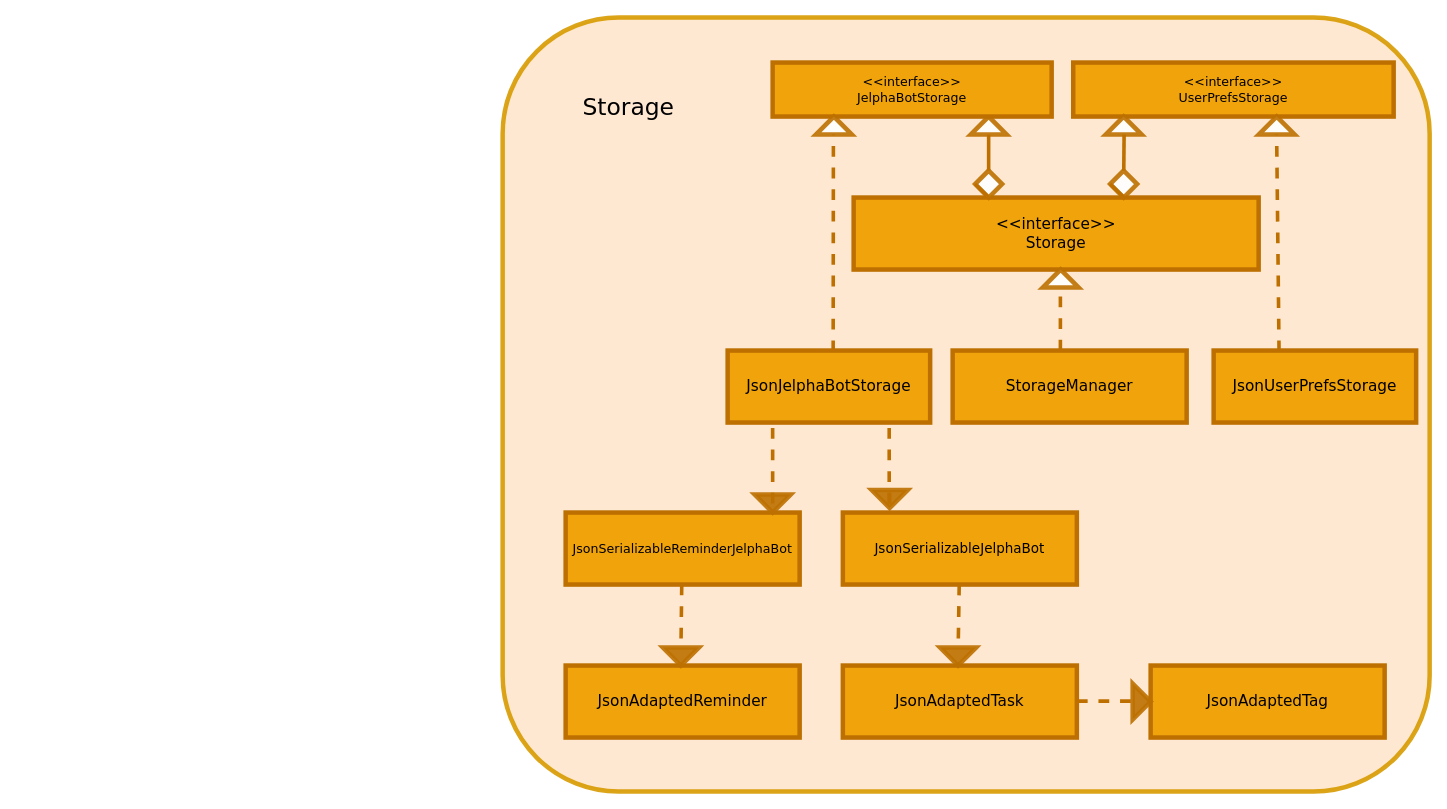
The draw.io diagram docs/diagrams/Storage.drawio in yapdianhao/main, before the edit. Source tidied: cells renumbered, new cells numbered last; positions are measured from the earlier drawing's top-left corner, leaving out a move shared by most shapes. Both pictures are drawn from the tidied source at 90%, with x=0, y=0 at pixel (502, 17).
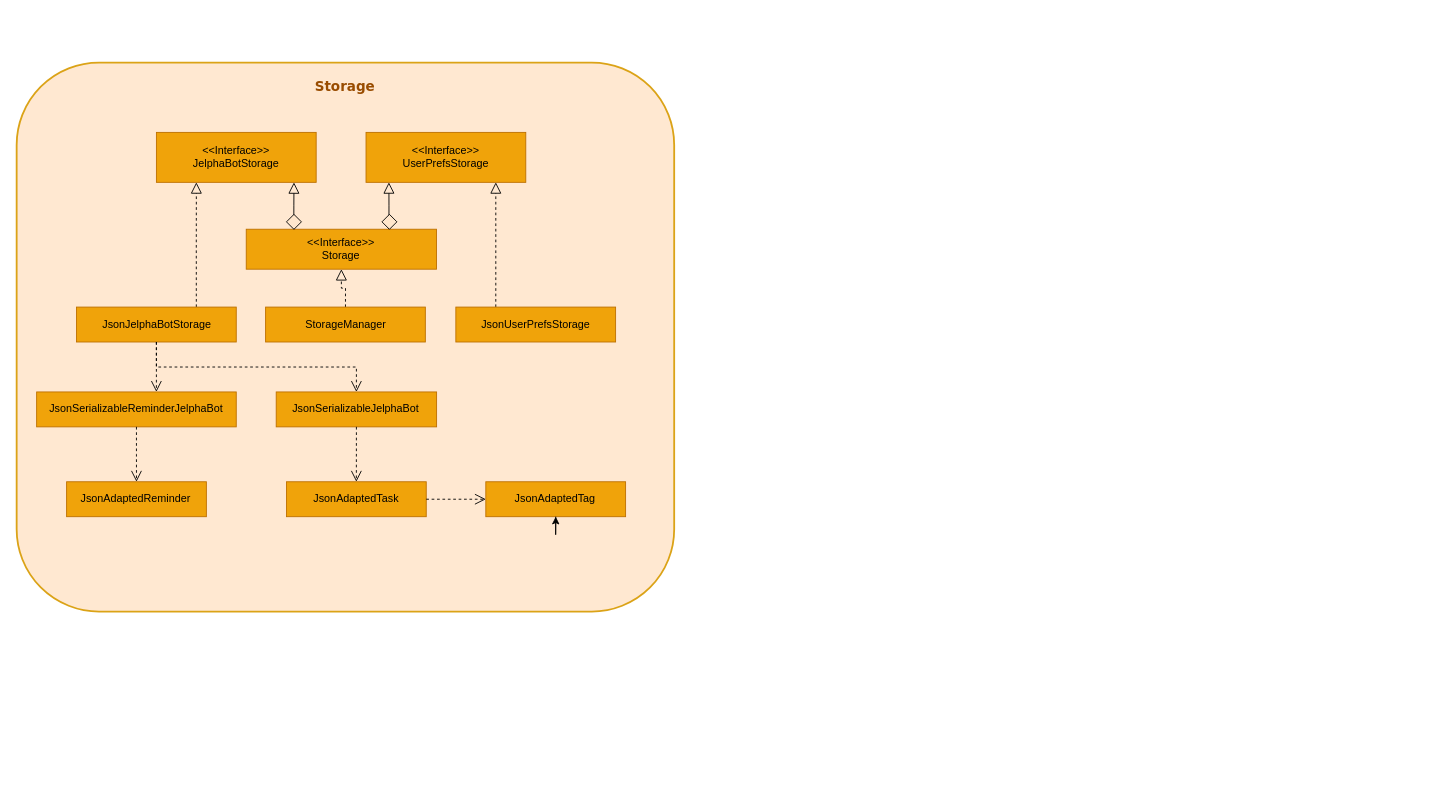
The same page after the edit.

Diff of the diagram source:
```diff
@@
-    <mxCell id="2" style="rounded=1;whiteSpace=wrap;html=1;strokeColor=#d79b00;strokeWidth=5;fillColor=#ffe6cc;opacity=90;" parent="1" vertex="1">
-      <mxGeometry width="1030" height="860" as="geometry" />
-    </mxCell>
-    <mxCell id="3" value="&lt;font style=&quot;font-size: 14px&quot;&gt;&lt;font face=&quot;Verdana&quot;&gt;&lt;font style=&quot;font-size: 14px&quot; color=&quot;#000000&quot;&gt;&amp;lt;&amp;lt;interface&amp;gt;&amp;gt;&lt;br&gt;&lt;/font&gt;&lt;font color=&quot;#000000&quot;&gt;UserPrefsStorage&lt;/font&gt;&lt;/font&gt;&lt;br&gt;&lt;/font&gt;" style="rounded=0;whiteSpace=wrap;html=1;strokeWidth=5;fillColor=#f0a30a;strokeColor=#BD7000;fontColor=#ffffff;" parent="1" vertex="1">
-      <mxGeometry x="634" y="50" width="356" height="60" as="geometry" />
-    </mxCell>
-    <mxCell id="4" style="triangle;whiteSpace=wrap;html=1;strokeWidth=5;opacity=90;rotation=-90;strokeColor=#BD7000;" parent="1" vertex="1">
-      <mxGeometry x="530" y="100" width="20" height="40" as="geometry" />
-    </mxCell>
-    <mxCell id="5" value="&lt;font style=&quot;font-size: 14px&quot;&gt;&lt;font face=&quot;Verdana&quot; style=&quot;font-size: 14px&quot; color=&quot;#000000&quot;&gt;&amp;lt;&amp;lt;interface&amp;gt;&amp;gt;&lt;br&gt;JelphaBotStorage&lt;/font&gt;&lt;br&gt;&lt;/font&gt;" style="rounded=0;whiteSpace=wrap;html=1;strokeWidth=5;fillColor=#f0a30a;strokeColor=#BD7000;fontColor=#ffffff;" parent="1" vertex="1">
-      <mxGeometry x="300" y="50" width="310" height="60" as="geometry" />
-    </mxCell>
-    <mxCell id="6" style="triangle;whiteSpace=wrap;html=1;strokeWidth=5;opacity=90;rotation=-90;strokeColor=#BD7000;" parent="1" vertex="1">
-      <mxGeometry x="680" y="100" width="20" height="40" as="geometry" />
-    </mxCell>
-    <mxCell id="7" style="endArrow=none;html=1;strokeWidth=4;entryX=0;entryY=0.5;entryDx=0;entryDy=0;strokeColor=#BD7000;" parent="1" edge="1" source="24" target="4">
-      <mxGeometry relative="1" as="geometry" />
-    </mxCell>
-    <mxCell id="8" style="endArrow=none;html=1;strokeWidth=4;entryX=0;entryY=0.5;entryDx=0;entryDy=0;strokeColor=#BD7000;" parent="1" edge="1" source="26">
-      <mxGeometry relative="1" as="geometry">
-        <mxPoint x="690.5" y="130" as="targetPoint" />
-      </mxGeometry>
-    </mxCell>
-    <mxCell id="9" value="&lt;font style=&quot;font-size: 17px&quot;&gt;&lt;font face=&quot;Verdana&quot; style=&quot;font-size: 17px&quot; color=&quot;#000000&quot;&gt;&amp;lt;&amp;lt;interface&amp;gt;&amp;gt;&lt;br&gt;Storage&lt;/font&gt;&lt;br&gt;&lt;/font&gt;" style="rounded=0;whiteSpace=wrap;html=1;strokeWidth=5;fillColor=#f0a30a;strokeColor=#BD7000;fontColor=#ffffff;" parent="1" vertex="1">
-      <mxGeometry x="390" y="200" width="450" height="80" as="geometry" />
-    </mxCell>
-    <mxCell id="10" style="triangle;whiteSpace=wrap;html=1;strokeWidth=5;opacity=90;rotation=-90;strokeColor=#BD7000;" parent="1" vertex="1">
-      <mxGeometry x="610" y="270" width="20" height="40" as="geometry" />
-    </mxCell>
-    <mxCell id="11" style="endArrow=none;html=1;strokeWidth=4;entryX=0;entryY=0.5;entryDx=0;entryDy=0;strokeColor=#BD7000;dashed=1;" parent="1" edge="1">
-      <mxGeometry relative="1" as="geometry">
-        <mxPoint x="619.7" y="370" as="sourcePoint" />
-        <mxPoint x="619.7" y="300" as="targetPoint" />
-      </mxGeometry>
-    </mxCell>
+    <mxCell id="42" style="group;" parent="1" vertex="1">
+      <mxGeometry x="-540" y="50" width="730.6" height="610" as="geometry" />
+    </mxCell>
+    <mxCell id="43" style="rounded=1;whiteSpace=wrap;html=1;strokeColor=#d79b00;strokeWidth=2;fillColor=#ffe6cc;opacity=90;" parent="42" vertex="1">
+      <mxGeometry width="730.6" height="610" as="geometry" />
+    </mxCell>
+    <mxCell id="35" value="&lt;font style=&quot;font-size: 15px&quot; face=&quot;Verdana&quot; color=&quot;#994c00&quot;&gt;&lt;b&gt;Storage&lt;/b&gt;&lt;/font&gt;" style="text;html=1;strokeColor=none;fillColor=none;align=center;verticalAlign=middle;whiteSpace=wrap;rounded=0;opacity=90;" parent="42" vertex="1">
+      <mxGeometry x="351.1" y="18.9" width="28.4" height="14.2" as="geometry" />
+    </mxCell>
+    <mxCell id="44" value="&amp;lt;&amp;lt;Interface&amp;gt;&amp;gt;&lt;br&gt;UserPrefsStorage" style="rounded=0;whiteSpace=wrap;html=1;strokeWidth=1;fillColor=#F0A30A;strokeColor=#BD7000;" parent="42" vertex="1">
+      <mxGeometry x="388.2" y="77.6" width="177.5" height="55.5" as="geometry" />
+    </mxCell>
+    <mxCell id="45" value="&amp;lt;&amp;lt;Interface&amp;gt;&amp;gt;&lt;br&gt;JelphaBotStorage" style="rounded=0;whiteSpace=wrap;html=1;strokeWidth=1;fillColor=#F0A30A;strokeColor=#BD7000;" parent="42" vertex="1">
+      <mxGeometry x="155.3" y="77.6" width="177.5" height="55.5" as="geometry" />
+    </mxCell>
+    <mxCell id="46" style="edgeStyle=orthogonalEdgeStyle;rounded=0;jettySize=auto;html=1;exitX=0.25;exitY=0;exitDx=0;exitDy=0;entryX=0.861;entryY=1.001;entryDx=0;entryDy=0;entryPerimeter=0;endArrow=block;endFill=0;endSize=10;" parent="42" edge="1" source="48" target="45">
+      <mxGeometry relative="1" as="geometry" />
+    </mxCell>
+    <mxCell id="47" style="edgeStyle=orthogonalEdgeStyle;rounded=0;jettySize=auto;html=1;exitX=0.75;exitY=0;exitDx=0;exitDy=0;entryX=0.143;entryY=1;entryDx=0;entryDy=0;entryPerimeter=0;endArrow=block;endFill=0;endSize=10;" parent="42" edge="1" source="48" target="44">
+      <mxGeometry relative="1" as="geometry" />
+    </mxCell>
+    <mxCell id="48" value="&amp;lt;&amp;lt;Interface&amp;gt;&amp;gt;&lt;br&gt;Storage" style="rounded=0;whiteSpace=wrap;html=1;strokeWidth=1;fillColor=#F0A30A;strokeColor=#BD7000;" parent="42" vertex="1">
+      <mxGeometry x="255.1" y="185.2" width="211.4" height="44.4" as="geometry" />
+    </mxCell>
+    <mxCell id="49" style="edgeStyle=orthogonalEdgeStyle;rounded=0;jettySize=auto;html=1;exitX=0.75;exitY=0;exitDx=0;exitDy=0;entryX=0.25;entryY=1;entryDx=0;entryDy=0;endArrow=block;endFill=0;endSize=10;dashed=1;" parent="42" edge="1" source="15" target="45">
+      <mxGeometry relative="1" as="geometry" />
+    </mxCell>
+    <mxCell id="15" value="JsonJelphaBotStorage" style="rounded=0;whiteSpace=wrap;html=1;strokeWidth=1;fillColor=#F0A30A;strokeColor=#BD7000;" parent="42" vertex="1">
+      <mxGeometry x="66.5" y="271.7" width="177.5" height="38.8" as="geometry" />
+    </mxCell>
+    <mxCell id="50" style="edgeStyle=orthogonalEdgeStyle;rounded=0;jettySize=auto;html=1;exitX=0.5;exitY=0;exitDx=0;exitDy=0;entryX=0.5;entryY=1;entryDx=0;entryDy=0;dashed=1;endArrow=block;endFill=0;endSize=10;" parent="42" edge="1" source="12" target="48">
+      <mxGeometry relative="1" as="geometry" />
+    </mxCell>
-    <mxCell id="12" value="&lt;font style=&quot;font-size: 17px&quot;&gt;&lt;font color=&quot;#000000&quot; face=&quot;Verdana&quot;&gt;StorageManager&lt;/font&gt;&lt;br&gt;&lt;/font&gt;" style="rounded=0;whiteSpace=wrap;html=1;strokeWidth=5;fillColor=#f0a30a;strokeColor=#BD7000;fontColor=#ffffff;" parent="1" vertex="1">
-      <mxGeometry x="500" y="370" width="260" height="80" as="geometry" />
+    <mxCell id="12" value="StorageManager" style="rounded=0;whiteSpace=wrap;html=1;strokeWidth=1;fillColor=#F0A30A;strokeColor=#BD7000;" parent="42" vertex="1">
+      <mxGeometry x="276.6" y="271.7" width="177.5" height="38.8" as="geometry" />
     </mxCell>
-    <mxCell id="13" style="triangle;whiteSpace=wrap;html=1;strokeWidth=5;opacity=90;rotation=-90;strokeColor=#BD7000;" parent="1" vertex="1">
-      <mxGeometry x="358" y="100" width="20" height="40" as="geometry" />
-    </mxCell>
-    <mxCell id="14" style="endArrow=none;html=1;strokeWidth=4;entryX=0;entryY=0.5;entryDx=0;entryDy=0;strokeColor=#BD7000;dashed=1;exitX=0.521;exitY=0.009;exitDx=0;exitDy=0;exitPerimeter=0;" parent="1" edge="1" source="15">
-      <mxGeometry relative="1" as="geometry">
-        <mxPoint x="367.5" y="130" as="targetPoint" />
-      </mxGeometry>
-    </mxCell>
-    <mxCell id="15" value="&lt;font style=&quot;font-size: 17px&quot;&gt;&lt;font color=&quot;#000000&quot; face=&quot;Verdana&quot;&gt;JsonJelphaBotStorage&lt;/font&gt;&lt;br&gt;&lt;/font&gt;" style="rounded=0;whiteSpace=wrap;html=1;strokeWidth=5;fillColor=#f0a30a;strokeColor=#BD7000;fontColor=#ffffff;" parent="1" vertex="1">
-      <mxGeometry x="250" y="370" width="225" height="80" as="geometry" />
-    </mxCell>
-    <mxCell id="16" style="triangle;whiteSpace=wrap;html=1;strokeWidth=5;opacity=90;rotation=-90;strokeColor=#BD7000;" parent="1" vertex="1">
-      <mxGeometry x="850" y="100" width="20" height="40" as="geometry" />
-    </mxCell>
-    <mxCell id="17" style="endArrow=none;html=1;strokeWidth=4;strokeColor=#BD7000;dashed=1;exitX=0.323;exitY=0.009;exitDx=0;exitDy=0;entryX=0;entryY=0.5;entryDx=0;entryDy=0;exitPerimeter=0;" parent="1" edge="1" source="18" target="16">
-      <mxGeometry relative="1" as="geometry" />
-    </mxCell>
+    <mxCell id="51" style="edgeStyle=orthogonalEdgeStyle;rounded=0;jettySize=auto;html=1;exitX=0.25;exitY=0;exitDx=0;exitDy=0;endArrow=block;endFill=0;endSize=10;dashed=1;" parent="42" edge="1" source="18">
+      <mxGeometry relative="1" as="geometry">
+        <mxPoint x="532.4" y="133.1" as="targetPoint" />
+      </mxGeometry>
+    </mxCell>
-    <mxCell id="18" value="&lt;font style=&quot;font-size: 17px&quot;&gt;&lt;font color=&quot;#000000&quot; face=&quot;Verdana&quot;&gt;JsonUserPrefsStorage&lt;/font&gt;&lt;br&gt;&lt;/font&gt;" style="rounded=0;whiteSpace=wrap;html=1;strokeWidth=5;fillColor=#f0a30a;strokeColor=#BD7000;fontColor=#ffffff;" parent="1" vertex="1">
-      <mxGeometry x="790" y="370" width="225" height="80" as="geometry" />
+    <mxCell id="18" value="JsonUserPrefsStorage" style="rounded=0;whiteSpace=wrap;html=1;strokeWidth=1;fillColor=#F0A30A;strokeColor=#BD7000;" parent="42" vertex="1">
+      <mxGeometry x="488" y="271.7" width="177.5" height="38.8" as="geometry" />
     </mxCell>
+    <mxCell id="23" value="JsonSerializableReminderJelphaBot" style="rounded=0;whiteSpace=wrap;html=1;strokeWidth=1;fillColor=#F0A30A;strokeColor=#BD7000;" parent="42" vertex="1">
+      <mxGeometry x="22.2" y="366" width="221.8" height="38.8" as="geometry" />
+    </mxCell>
+    <mxCell id="52" style="edgeStyle=orthogonalEdgeStyle;rounded=0;jettySize=auto;html=1;exitX=0.5;exitY=1;exitDx=0;exitDy=0;endArrow=open;endFill=0;dashed=1;entryX=0.6;entryY=-0.001;entryDx=0;entryDy=0;entryPerimeter=0;endSize=10;" parent="42" edge="1" source="15" target="23">
+      <mxGeometry relative="1" as="geometry" />
+    </mxCell>
+    <mxCell id="21" value="JsonAdaptedReminder" style="rounded=0;whiteSpace=wrap;html=1;strokeWidth=1;fillColor=#F0A30A;strokeColor=#BD7000;" parent="42" vertex="1">
+      <mxGeometry x="55.5" y="465.8" width="155.3" height="38.8" as="geometry" />
+    </mxCell>
+    <mxCell id="53" style="edgeStyle=orthogonalEdgeStyle;rounded=0;jettySize=auto;html=1;exitX=0.5;exitY=1;exitDx=0;exitDy=0;entryX=0.5;entryY=0;entryDx=0;entryDy=0;dashed=1;endArrow=open;endFill=0;endSize=10;" parent="42" edge="1" source="23" target="21">
+      <mxGeometry relative="1" as="geometry" />
+    </mxCell>
+    <mxCell id="22" value="JsonSerializableJelphaBot" style="rounded=0;whiteSpace=wrap;html=1;strokeWidth=1;fillColor=#F0A30A;strokeColor=#BD7000;" parent="42" vertex="1">
+      <mxGeometry x="288.4" y="366" width="178.2" height="38.8" as="geometry" />
+    </mxCell>
+    <mxCell id="54" style="edgeStyle=orthogonalEdgeStyle;rounded=0;jettySize=auto;html=1;exitX=0.5;exitY=1;exitDx=0;exitDy=0;entryX=0.5;entryY=0;entryDx=0;entryDy=0;endArrow=open;endFill=0;dashed=1;endSize=10;" parent="42" edge="1" source="15" target="22">
+      <mxGeometry relative="1" as="geometry">
+        <Array as="points">
+          <mxPoint x="155.3" y="338.3" />
+          <mxPoint x="377.1" y="338.3" />
+        </Array>
+      </mxGeometry>
+    </mxCell>
-    <mxCell id="19" value="&lt;font style=&quot;font-size: 17px&quot;&gt;&lt;span style=&quot;color: rgb(0 , 0 , 0) ; font-family: &amp;#34;verdana&amp;#34;&quot;&gt;JsonAdaptedTask&lt;/span&gt;&lt;br&gt;&lt;/font&gt;" style="rounded=0;whiteSpace=wrap;html=1;strokeWidth=5;fillColor=#f0a30a;strokeColor=#BD7000;fontColor=#ffffff;" parent="1" vertex="1">
-      <mxGeometry x="378" y="720" width="260" height="80" as="geometry" />
+    <mxCell id="19" value="JsonAdaptedTask" style="rounded=0;whiteSpace=wrap;html=1;strokeWidth=1;fillColor=#F0A30A;strokeColor=#BD7000;" parent="42" vertex="1">
+      <mxGeometry x="299.8" y="465.8" width="155.3" height="38.8" as="geometry" />
     </mxCell>
+    <mxCell id="55" style="edgeStyle=orthogonalEdgeStyle;rounded=0;jettySize=auto;html=1;exitX=0.5;exitY=1;exitDx=0;exitDy=0;entryX=0.5;entryY=0;entryDx=0;entryDy=0;dashed=1;endArrow=open;endFill=0;endSize=10;" parent="42" edge="1" source="22" target="19">
+      <mxGeometry relative="1" as="geometry" />
+    </mxCell>
-    <mxCell id="20" value="&lt;font style=&quot;font-size: 17px&quot;&gt;&lt;font color=&quot;#000000&quot; face=&quot;Verdana&quot;&gt;JsonAdaptedTag&lt;/font&gt;&lt;br&gt;&lt;/font&gt;" style="rounded=0;whiteSpace=wrap;html=1;strokeWidth=5;fillColor=#f0a30a;strokeColor=#BD7000;fontColor=#ffffff;" parent="1" vertex="1">
-      <mxGeometry x="720" y="720" width="260" height="80" as="geometry" />
+    <mxCell id="20" value="JsonAdaptedTag" style="rounded=0;whiteSpace=wrap;html=1;strokeWidth=1;fillColor=#F0A30A;strokeColor=#BD7000;" parent="42" vertex="1">
+      <mxGeometry x="521.3" y="465.8" width="155.3" height="38.8" as="geometry" />
     </mxCell>
-    <mxCell id="21" value="&lt;font style=&quot;font-size: 17px&quot;&gt;&lt;span style=&quot;color: rgb(0 , 0 , 0) ; font-family: &amp;#34;verdana&amp;#34;&quot;&gt;JsonAdaptedReminder&lt;/span&gt;&lt;br&gt;&lt;/font&gt;" style="rounded=0;whiteSpace=wrap;html=1;strokeWidth=5;fillColor=#f0a30a;strokeColor=#BD7000;fontColor=#ffffff;" parent="1" vertex="1">
-      <mxGeometry x="70" y="720" width="260" height="80" as="geometry" />
-    </mxCell>
-    <mxCell id="22" value="&lt;font&gt;&lt;span style=&quot;color: rgb(0 , 0 , 0) ; font-family: &amp;#34;verdana&amp;#34;&quot;&gt;&lt;font style=&quot;font-size: 15px&quot;&gt;JsonSerializableJelphaBot&lt;/font&gt;&lt;/span&gt;&lt;br&gt;&lt;/font&gt;" style="rounded=0;whiteSpace=wrap;html=1;strokeWidth=5;fillColor=#f0a30a;strokeColor=#BD7000;fontColor=#ffffff;" parent="1" vertex="1">
-      <mxGeometry x="378" y="550" width="260" height="80" as="geometry" />
-    </mxCell>
-    <mxCell id="23" value="&lt;font&gt;&lt;span style=&quot;color: rgb(0 , 0 , 0) ; font-family: &amp;#34;verdana&amp;#34;&quot;&gt;&lt;font style=&quot;font-size: 14px&quot;&gt;JsonSerializableReminderJelphaBot&lt;/font&gt;&lt;/span&gt;&lt;br&gt;&lt;/font&gt;" style="rounded=0;whiteSpace=wrap;html=1;strokeWidth=5;fillColor=#f0a30a;strokeColor=#BD7000;fontColor=#ffffff;" parent="1" vertex="1">
-      <mxGeometry x="70" y="550" width="260" height="80" as="geometry" />
-    </mxCell>
-    <mxCell id="24" style="rhombus;whiteSpace=wrap;html=1;strokeColor=#BD7000;strokeWidth=5;opacity=90;" parent="1" vertex="1">
-      <mxGeometry x="525" y="170" width="30" height="30" as="geometry" />
-    </mxCell>
-    <mxCell id="25" style="endArrow=none;html=1;strokeWidth=4;entryX=0;entryY=0.5;entryDx=0;entryDy=0;strokeColor=#BD7000;" parent="1" edge="1" target="24">
-      <mxGeometry relative="1" as="geometry">
-        <mxPoint x="540" y="200" as="sourcePoint" />
-      </mxGeometry>
-    </mxCell>
-    <mxCell id="26" style="rhombus;whiteSpace=wrap;html=1;strokeColor=#BD7000;strokeWidth=5;opacity=90;" parent="1" vertex="1">
-      <mxGeometry x="675" y="170" width="30" height="30" as="geometry" />
-    </mxCell>
-    <mxCell id="27" style="endArrow=none;html=1;strokeWidth=4;entryX=0;entryY=0.5;entryDx=0;entryDy=0;strokeColor=#BD7000;" parent="1" edge="1" target="26">
-      <mxGeometry relative="1" as="geometry">
-        <mxPoint x="690.5" y="200" as="sourcePoint" />
-      </mxGeometry>
-    </mxCell>
-    <mxCell id="28" style="endArrow=none;html=1;strokeWidth=4;entryX=0;entryY=0.5;entryDx=0;entryDy=0;strokeColor=#BD7000;dashed=1;" parent="1" edge="1">
-      <mxGeometry relative="1" as="geometry">
-        <mxPoint x="300" y="540" as="sourcePoint" />
-        <mxPoint x="300" y="450" as="targetPoint" />
-      </mxGeometry>
-    </mxCell>
-    <mxCell id="29" style="endArrow=none;dashed=1;html=1;strokeColor=#BD7000;strokeWidth=4;" parent="1" edge="1" source="31">
-      <mxGeometry relative="1" as="geometry">
-        <mxPoint x="199.3" y="720" as="targetPoint" />
-      </mxGeometry>
-    </mxCell>
-    <mxCell id="30" style="endArrow=none;dashed=1;html=1;strokeColor=#BD7000;strokeWidth=4;" parent="1" edge="1" source="33">
-      <mxGeometry relative="1" as="geometry">
-        <mxPoint x="507.6" y="720" as="targetPoint" />
-      </mxGeometry>
-    </mxCell>
-    <mxCell id="31" style="triangle;whiteSpace=wrap;html=1;strokeColor=#BD7000;strokeWidth=5;opacity=90;rotation=90;fillColor=#bd7000;" parent="1" vertex="1">
-      <mxGeometry x="188" y="690" width="20" height="40" as="geometry" />
-    </mxCell>
-    <mxCell id="32" style="endArrow=none;dashed=1;html=1;strokeColor=#BD7000;strokeWidth=4;" parent="1" edge="1" target="31">
-      <mxGeometry relative="1" as="geometry">
-        <mxPoint x="199" y="630" as="sourcePoint" />
-      </mxGeometry>
-    </mxCell>
-    <mxCell id="33" style="triangle;whiteSpace=wrap;html=1;strokeColor=#BD7000;strokeWidth=5;opacity=90;rotation=90;fillColor=#bd7000;" parent="1" vertex="1">
-      <mxGeometry x="496" y="690" width="20" height="40" as="geometry" />
-    </mxCell>
-    <mxCell id="34" style="endArrow=none;dashed=1;html=1;strokeColor=#BD7000;strokeWidth=4;" parent="1" edge="1" target="33">
-      <mxGeometry relative="1" as="geometry">
-        <mxPoint x="507.3" y="630" as="sourcePoint" />
-      </mxGeometry>
-    </mxCell>
-    <mxCell id="35" value="&lt;font style=&quot;font-size: 26px&quot; face=&quot;Verdana&quot;&gt;Storage&lt;/font&gt;" style="text;html=1;strokeColor=none;fillColor=none;align=center;verticalAlign=middle;whiteSpace=wrap;rounded=0;opacity=90;" parent="1" vertex="1">
-      <mxGeometry x="120" y="90" width="40" height="20" as="geometry" />
-    </mxCell>
-    <mxCell id="36" style="endArrow=none;dashed=1;html=1;strokeColor=#BD7000;strokeWidth=4;exitX=1;exitY=0.5;exitDx=0;exitDy=0;" parent="1" edge="1">
-      <mxGeometry relative="1" as="geometry">
-        <mxPoint x="638" y="759.5" as="sourcePoint" />
-        <mxPoint x="700" y="759.5" as="targetPoint" />
-      </mxGeometry>
-    </mxCell>
-    <mxCell id="37" style="triangle;whiteSpace=wrap;html=1;strokeColor=#BD7000;strokeWidth=5;fillColor=#bd7000;opacity=90;" parent="1" vertex="1">
-      <mxGeometry x="700" y="740" width="20" height="40" as="geometry" />
-    </mxCell>
-    <mxCell id="38" style="triangle;whiteSpace=wrap;html=1;strokeColor=#BD7000;strokeWidth=5;opacity=90;rotation=90;fillColor=#bd7000;" parent="1" vertex="1">
-      <mxGeometry x="290" y="520" width="20" height="40" as="geometry" />
-    </mxCell>
-    <mxCell id="39" style="triangle;whiteSpace=wrap;html=1;strokeColor=#BD7000;strokeWidth=5;opacity=90;rotation=90;fillColor=#bd7000;" parent="1" vertex="1">
-      <mxGeometry x="420" y="515" width="20" height="40" as="geometry" />
-    </mxCell>
-    <mxCell id="40" style="endArrow=none;html=1;strokeWidth=4;entryX=0;entryY=0.5;entryDx=0;entryDy=0;strokeColor=#BD7000;dashed=1;" parent="1" edge="1" target="39">
-      <mxGeometry relative="1" as="geometry">
-        <mxPoint x="430" y="540" as="sourcePoint" />
-      </mxGeometry>
-    </mxCell>
-    <mxCell id="41" style="endArrow=none;html=1;strokeWidth=4;entryX=0;entryY=0.5;entryDx=0;entryDy=0;strokeColor=#BD7000;dashed=1;" parent="1" edge="1">
-      <mxGeometry relative="1" as="geometry">
-        <mxPoint x="429.5" y="540" as="sourcePoint" />
-        <mxPoint x="429.5" y="450" as="targetPoint" />
-      </mxGeometry>
-    </mxCell>
+    <mxCell id="56" style="edgeStyle=orthogonalEdgeStyle;rounded=0;jettySize=auto;html=1;exitX=1;exitY=0.5;exitDx=0;exitDy=0;entryX=0;entryY=0.5;entryDx=0;entryDy=0;dashed=1;endArrow=open;endFill=0;endSize=10;" parent="42" edge="1" source="19" target="20">
+      <mxGeometry relative="1" as="geometry" />
+    </mxCell>
+    <mxCell id="57" style="edgeStyle=orthogonalEdgeStyle;rounded=0;orthogonalLoop=1;jettySize=auto;html=1;exitX=0.5;exitY=1;exitDx=0;exitDy=0;" parent="42" edge="1" source="20" target="20">
+      <mxGeometry relative="1" as="geometry" />
+    </mxCell>
+    <mxCell id="58" style="rhombus;whiteSpace=wrap;html=1;strokeColor=#000000;strokeWidth=1;fillColor=#FFE6CC;rotation=90;" parent="42" vertex="1">
+      <mxGeometry x="405.9" y="168.7" width="16.6" height="16.6" as="geometry" />
+    </mxCell>
+    <mxCell id="59" style="rhombus;whiteSpace=wrap;html=1;strokeColor=#000000;strokeWidth=1;fillColor=#FFE6CC;rotation=90;" parent="42" vertex="1">
+      <mxGeometry x="299.8" y="168.7" width="16.6" height="16.6" as="geometry" />
+    </mxCell>
```
